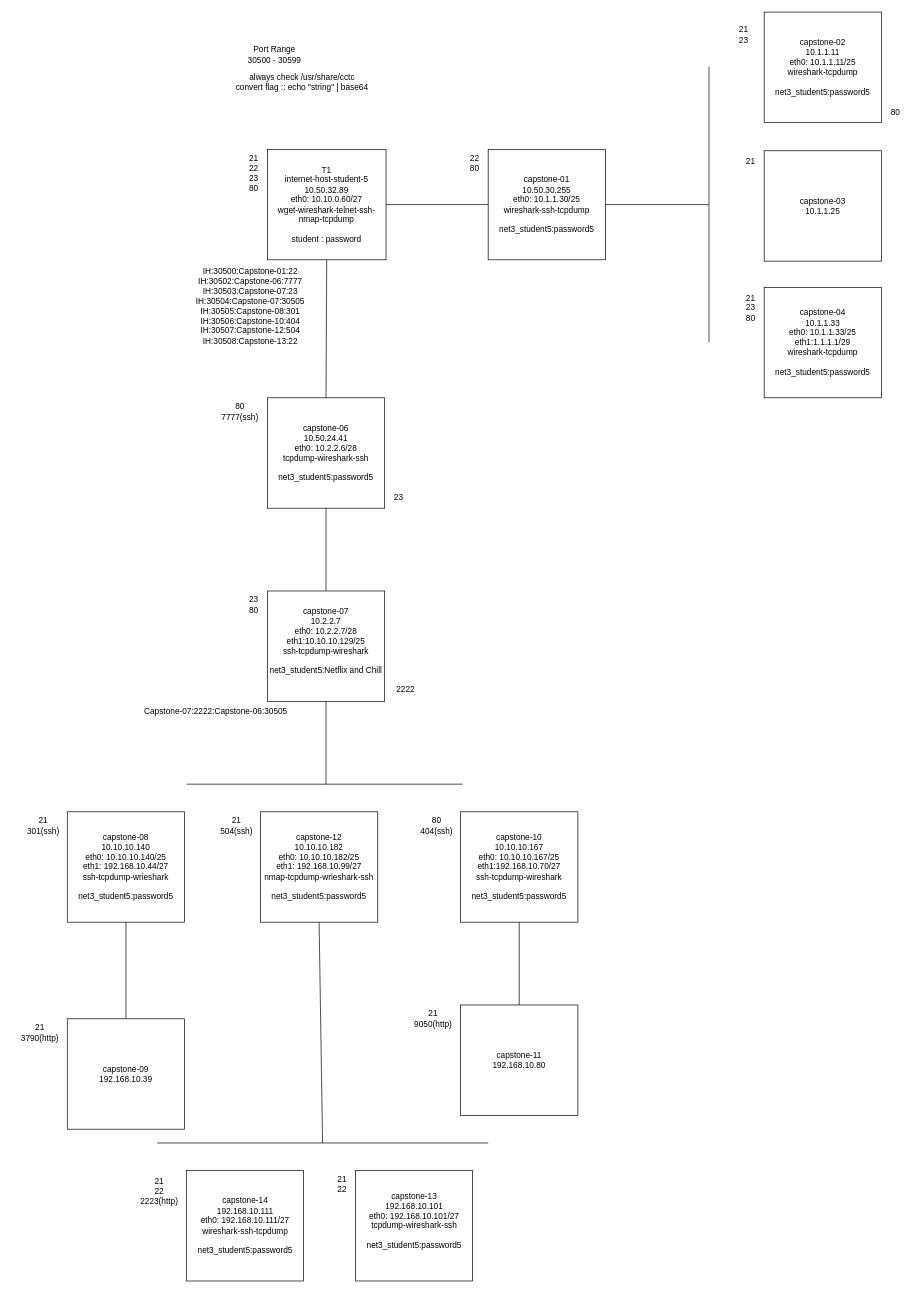
This is page "Page-5" (5 of 5) of Networking/Greenberg/Network Map.drawio from TheWaltuh/COSC-Notes, a draw.io file, before an edit. Source tidied: cells renumbered, new cells numbered last; positions are measured from the earlier drawing's top-left corner, leaving out a move shared by most shapes. Both pictures are drawn from the tidied source at 69%, with x=0, y=0 at pixel (12, 12).
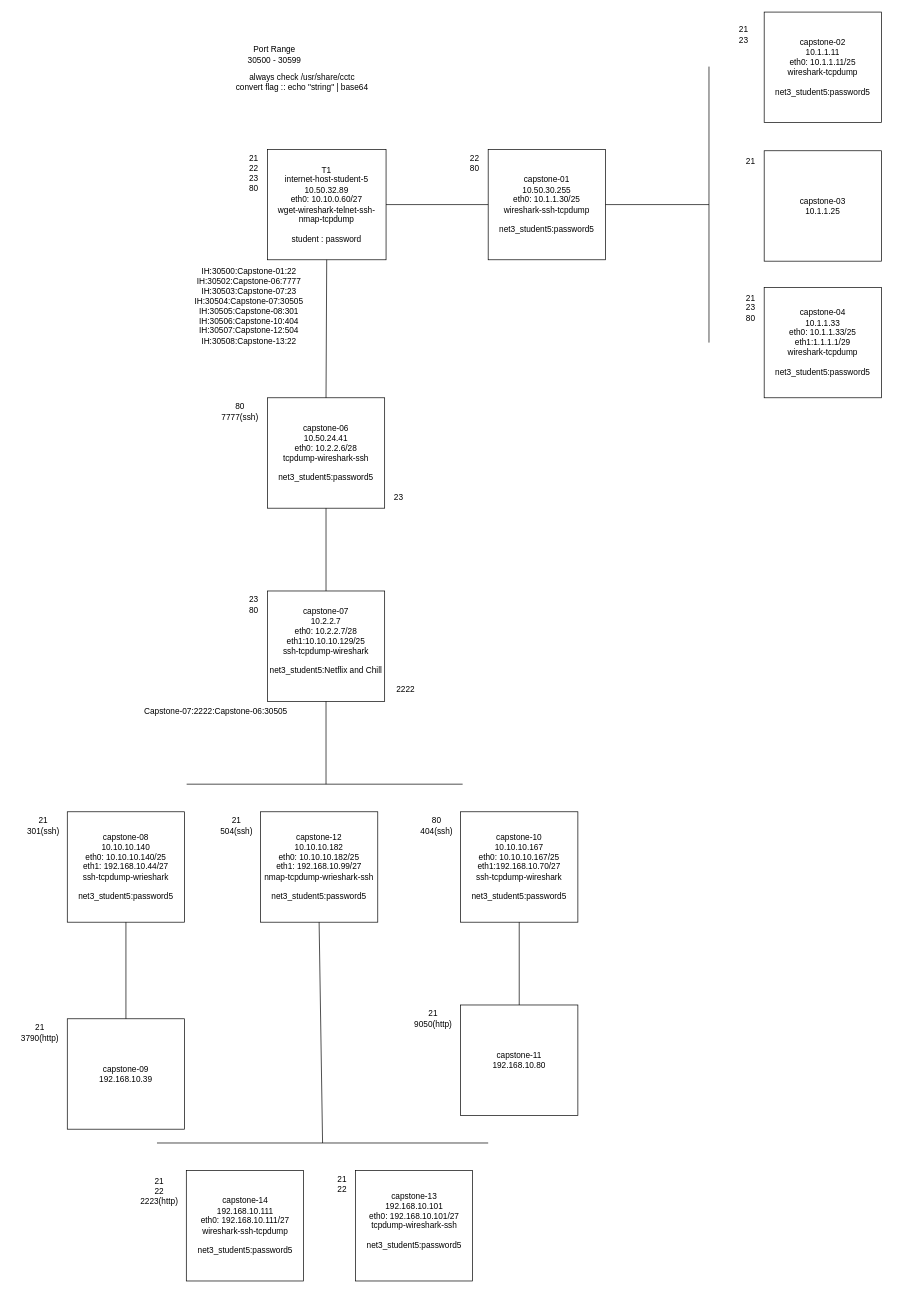
The same diagram, later.

Change to the diagram source:
```diff
@@
     <mxCell id="12" value="&lt;div&gt;IH:30500:Capstone-01:22&lt;/div&gt;&lt;div&gt;IH:30502:Capstone-06:7777&lt;/div&gt;&lt;div&gt;IH:30503:Capstone-07:23&lt;/div&gt;&lt;div&gt;IH:30504:Capstone-07:30505&lt;/div&gt;&lt;div&gt;IH:30505:Capstone-08:301&lt;/div&gt;&lt;div&gt;IH:30506:Capstone-10:404&lt;/div&gt;&lt;div&gt;IH:30507:Capstone-12:504&lt;/div&gt;&lt;div&gt;IH:30508:Capstone-13:22&lt;br&gt;&lt;/div&gt;" style="text;html=1;align=center;verticalAlign=middle;strokeColor=none;fillColor=none;" parent="1" vertex="1">
-      <mxGeometry x="255" y="361" width="180" height="130" as="geometry" />
+      <mxGeometry x="252.5" y="361" width="180" height="130" as="geometry" />
     </mxCell>
@@
-    <mxCell id="18" value="80" style="text;html=1;align=center;verticalAlign=middle;strokeColor=none;fillColor=none;" parent="1" vertex="1">
-      <mxGeometry x="1260" y="130" width="40" height="30" as="geometry" />
-    </mxCell>
```
